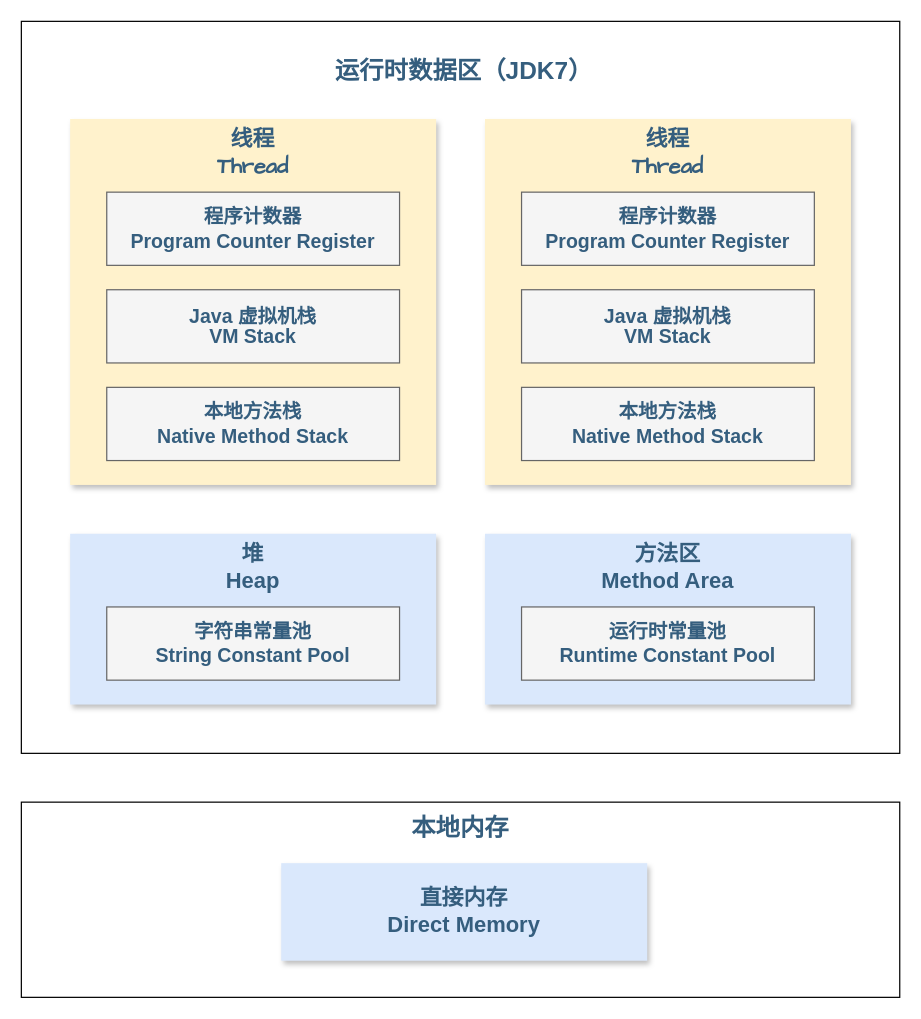
Earlier version of the draw.io diagram page "运行时数据区（JDK7）" (1 of 8) of assets/Java/JavaCore/Java虚拟机.drawio (dunwu/waterdrop). Source tidied: cells renumbered, new cells numbered last; positions are measured from the earlier drawing's top-left corner, leaving out a move shared by most shapes. Both pictures are drawn from the tidied source at 122%, with x=0, y=0 at pixel (21, 21).
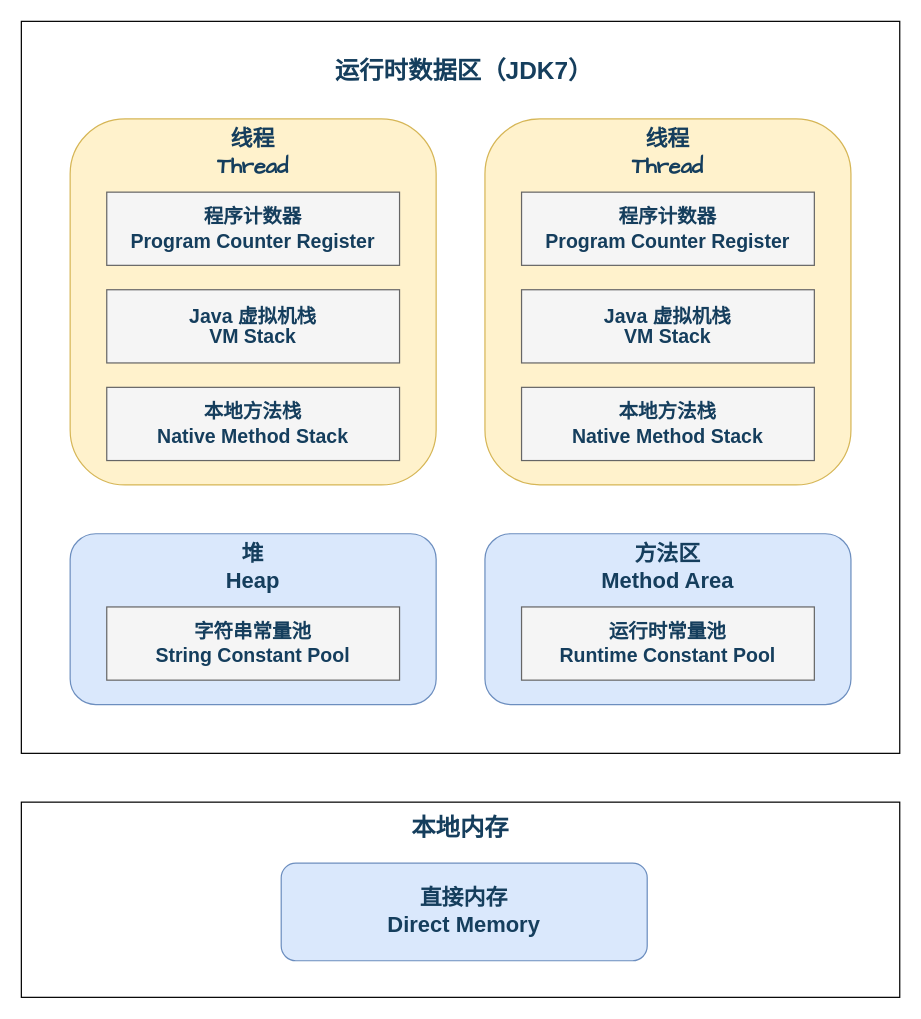
The same diagram, later.

The edit, as a diff of the source:
```diff
@@
 <mxGraphModel>
   <root>
     <mxCell id="0" />
     <mxCell id="1" parent="0" />
+    <mxCell id="3" style="rounded=0;whiteSpace=wrap;html=1;fontSize=16;fillColor=none;fontColor=#153E5D;" parent="1" vertex="1">
+      <mxGeometry width="720" height="600" as="geometry" />
+    </mxCell>
-    <mxCell id="2" value="&lt;div style=&quot;border-color: var(--border-color); font-family: &amp;quot;Comic Sans MS&amp;quot;; font-size: 18px; font-weight: 700;&quot;&gt;&lt;div style=&quot;border-color: var(--border-color);&quot;&gt;线程&lt;/div&gt;&lt;div style=&quot;border-color: var(--border-color);&quot;&gt;Thread&lt;/div&gt;&lt;/div&gt;" style="rounded=0;whiteSpace=wrap;html=1;fillColor=#fff2cc;strokeColor=none;shadow=1;fontSize=16;fontColor=#355E7E;verticalAlign=top;" parent="1" vertex="1">
+    <mxCell id="2" value="&lt;div style=&quot;border-color: var(--border-color); font-family: &amp;quot;Comic Sans MS&amp;quot;; font-size: 18px; font-weight: 700;&quot;&gt;&lt;div style=&quot;border-color: var(--border-color);&quot;&gt;线程&lt;/div&gt;&lt;div style=&quot;border-color: var(--border-color);&quot;&gt;Thread&lt;/div&gt;&lt;/div&gt;" style="rounded=1;whiteSpace=wrap;html=1;fillColor=#fff2cc;strokeColor=#d6b656;shadow=0;fontSize=16;verticalAlign=top;fontColor=#153E5D;" parent="1" vertex="1">
       <mxGeometry x="40" y="80" width="300" height="300" as="geometry" />
     </mxCell>
-    <mxCell id="3" style="rounded=0;whiteSpace=wrap;html=1;fontSize=16;fillColor=none;" parent="1" vertex="1">
-      <mxGeometry width="720" height="600" as="geometry" />
-    </mxCell>
-    <mxCell id="4" value="&lt;div style=&quot;border-color: var(--border-color); font-size: 18px; font-weight: 700;&quot;&gt;方法区&lt;/div&gt;&lt;div style=&quot;border-color: var(--border-color); font-size: 18px; font-weight: 700;&quot;&gt;Method Area&lt;/div&gt;" style="rounded=0;whiteSpace=wrap;html=1;fillColor=#dae8fc;strokeColor=none;shadow=1;fontSize=16;fontColor=#355E7E;verticalAlign=top;" parent="1" vertex="1">
+    <mxCell id="4" value="&lt;div style=&quot;border-color: var(--border-color); font-size: 18px; font-weight: 700;&quot;&gt;方法区&lt;/div&gt;&lt;div style=&quot;border-color: var(--border-color); font-size: 18px; font-weight: 700;&quot;&gt;Method Area&lt;/div&gt;" style="rounded=1;whiteSpace=wrap;html=1;fillColor=#dae8fc;strokeColor=#6c8ebf;shadow=0;fontSize=16;verticalAlign=top;fontColor=#153E5D;" parent="1" vertex="1">
       <mxGeometry x="380" y="420" width="300" height="140" as="geometry" />
     </mxCell>
-    <mxCell id="5" value="运行时数据区（JDK7）" style="text;html=1;strokeColor=none;fillColor=none;align=center;verticalAlign=middle;whiteSpace=wrap;rounded=0;fontSize=20;fontStyle=1;fontColor=#355E7E;" parent="1" vertex="1">
+    <mxCell id="5" value="运行时数据区（JDK7）" style="text;html=1;strokeColor=none;fillColor=none;align=center;verticalAlign=middle;whiteSpace=wrap;rounded=0;fontSize=20;fontStyle=1;fontColor=#153E5D;" parent="1" vertex="1">
       <mxGeometry x="220" y="20" width="286" height="40" as="geometry" />
     </mxCell>
-    <mxCell id="6" value="&lt;div style=&quot;border-color: var(--border-color); font-size: 18px; font-weight: 700;&quot;&gt;堆&lt;/div&gt;&lt;div style=&quot;border-color: var(--border-color); font-size: 18px; font-weight: 700;&quot;&gt;Heap&lt;/div&gt;" style="rounded=0;whiteSpace=wrap;html=1;fillColor=#dae8fc;strokeColor=none;shadow=1;fontSize=16;fontColor=#355E7E;verticalAlign=top;" parent="1" vertex="1">
+    <mxCell id="6" value="&lt;div style=&quot;border-color: var(--border-color); font-size: 18px; font-weight: 700;&quot;&gt;堆&lt;/div&gt;&lt;div style=&quot;border-color: var(--border-color); font-size: 18px; font-weight: 700;&quot;&gt;Heap&lt;/div&gt;" style="rounded=1;whiteSpace=wrap;html=1;fillColor=#dae8fc;strokeColor=#6c8ebf;shadow=0;fontSize=16;verticalAlign=top;fontColor=#153E5D;" parent="1" vertex="1">
       <mxGeometry x="40" y="420" width="300" height="140" as="geometry" />
     </mxCell>
-    <mxCell id="7" style="rounded=0;whiteSpace=wrap;html=1;fontSize=16;fontColor=#355E7E;fillColor=none;" parent="1" vertex="1">
+    <mxCell id="7" style="rounded=0;whiteSpace=wrap;html=1;fontSize=16;fontColor=#153E5D;fillColor=none;" parent="1" vertex="1">
       <mxGeometry y="640" width="720" height="160" as="geometry" />
     </mxCell>
-    <mxCell id="8" value="&lt;div style=&quot;font-size: 20px;&quot;&gt;本地内存&lt;/div&gt;" style="text;html=1;strokeColor=none;fillColor=none;align=center;verticalAlign=middle;whiteSpace=wrap;rounded=0;fontSize=20;fontStyle=1;fontColor=#355E7E;" parent="1" vertex="1">
+    <mxCell id="8" value="&lt;div style=&quot;font-size: 20px;&quot;&gt;本地内存&lt;/div&gt;" style="text;html=1;strokeColor=none;fillColor=none;align=center;verticalAlign=middle;whiteSpace=wrap;rounded=0;fontSize=20;fontStyle=1;fontColor=#153E5D;" parent="1" vertex="1">
       <mxGeometry x="300" y="640" width="120" height="40" as="geometry" />
     </mxCell>
-    <mxCell id="9" value="&lt;div style=&quot;border-color: var(--border-color);&quot;&gt;字符串常量池&lt;/div&gt;&lt;div style=&quot;border-color: var(--border-color);&quot;&gt;String Constant Pool&lt;/div&gt;" style="rounded=0;whiteSpace=wrap;html=1;fillColor=#f5f5f5;fontColor=#355E7E;strokeColor=#666666;fontSize=16;fontStyle=1;" parent="1" vertex="1">
+    <mxCell id="9" value="&lt;div style=&quot;border-color: var(--border-color);&quot;&gt;字符串常量池&lt;/div&gt;&lt;div style=&quot;border-color: var(--border-color);&quot;&gt;String Constant Pool&lt;/div&gt;" style="rounded=0;whiteSpace=wrap;html=1;fillColor=#f5f5f5;fontColor=#153E5D;strokeColor=#666666;fontSize=16;fontStyle=1;" parent="1" vertex="1">
       <mxGeometry x="70" y="480" width="240" height="60" as="geometry" />
     </mxCell>
-    <mxCell id="10" value="&lt;div style=&quot;border-color: var(--border-color);&quot;&gt;&lt;div style=&quot;border-color: var(--border-color);&quot;&gt;运行时常量池&lt;/div&gt;&lt;div style=&quot;border-color: var(--border-color);&quot;&gt;Runtime Constant Pool&lt;/div&gt;&lt;/div&gt;" style="rounded=0;whiteSpace=wrap;html=1;fillColor=#f5f5f5;fontColor=#355E7E;strokeColor=#666666;fontSize=16;fontStyle=1;" parent="1" vertex="1">
+    <mxCell id="10" value="&lt;div style=&quot;border-color: var(--border-color);&quot;&gt;&lt;div style=&quot;border-color: var(--border-color);&quot;&gt;运行时常量池&lt;/div&gt;&lt;div style=&quot;border-color: var(--border-color);&quot;&gt;Runtime Constant Pool&lt;/div&gt;&lt;/div&gt;" style="rounded=0;whiteSpace=wrap;html=1;fillColor=#f5f5f5;fontColor=#153E5D;strokeColor=#666666;fontSize=16;fontStyle=1;" parent="1" vertex="1">
       <mxGeometry x="410" y="480" width="240" height="60" as="geometry" />
     </mxCell>
-    <mxCell id="11" value="&lt;div style=&quot;border-color: var(--border-color); font-size: 18px; font-weight: 700;&quot;&gt;直接内存&lt;/div&gt;&lt;div style=&quot;border-color: var(--border-color); font-size: 18px; font-weight: 700;&quot;&gt;Direct Memory&lt;/div&gt;" style="rounded=0;whiteSpace=wrap;html=1;fillColor=#dae8fc;strokeColor=none;shadow=1;fontSize=18;fontColor=#355E7E;" parent="1" vertex="1">
+    <mxCell id="11" value="&lt;div style=&quot;border-color: var(--border-color); font-size: 18px; font-weight: 700;&quot;&gt;直接内存&lt;/div&gt;&lt;div style=&quot;border-color: var(--border-color); font-size: 18px; font-weight: 700;&quot;&gt;Direct Memory&lt;/div&gt;" style="rounded=1;whiteSpace=wrap;html=1;fillColor=#dae8fc;strokeColor=#6c8ebf;shadow=0;fontSize=18;fontColor=#153E5D;" parent="1" vertex="1">
       <mxGeometry x="213" y="690" width="300" height="80" as="geometry" />
     </mxCell>
-    <mxCell id="12" value="&lt;div style=&quot;border-color: var(--border-color); font-family: &amp;quot;Comic Sans MS&amp;quot;; font-size: 18px; font-weight: 700;&quot;&gt;&lt;div style=&quot;border-color: var(--border-color);&quot;&gt;线程&lt;/div&gt;&lt;div style=&quot;border-color: var(--border-color);&quot;&gt;Thread&lt;/div&gt;&lt;/div&gt;" style="rounded=0;whiteSpace=wrap;html=1;fillColor=#fff2cc;strokeColor=none;shadow=1;fontSize=16;fontColor=#355E7E;verticalAlign=top;" parent="1" vertex="1">
+    <mxCell id="12" value="&lt;div style=&quot;border-color: var(--border-color); font-family: &amp;quot;Comic Sans MS&amp;quot;; font-size: 18px; font-weight: 700;&quot;&gt;&lt;div style=&quot;border-color: var(--border-color);&quot;&gt;线程&lt;/div&gt;&lt;div style=&quot;border-color: var(--border-color);&quot;&gt;Thread&lt;/div&gt;&lt;/div&gt;" style="rounded=1;whiteSpace=wrap;html=1;fillColor=#fff2cc;strokeColor=#d6b656;shadow=0;fontSize=16;verticalAlign=top;fontColor=#153E5D;" parent="1" vertex="1">
       <mxGeometry x="380" y="80" width="300" height="300" as="geometry" />
     </mxCell>
-    <mxCell id="13" value="&lt;div style=&quot;font-size: 16px;&quot;&gt;&lt;div style=&quot;font-size: 16px;&quot;&gt;程序计数器&lt;/div&gt;&lt;div style=&quot;font-size: 16px;&quot;&gt;Program Counter Register&lt;/div&gt;&lt;/div&gt;" style="rounded=0;whiteSpace=wrap;html=1;fontSize=16;fillColor=#f5f5f5;fontColor=#355E7E;strokeColor=#666666;fontStyle=1;" parent="1" vertex="1">
+    <mxCell id="13" value="&lt;div style=&quot;font-size: 16px;&quot;&gt;&lt;div style=&quot;font-size: 16px;&quot;&gt;程序计数器&lt;/div&gt;&lt;div style=&quot;font-size: 16px;&quot;&gt;Program Counter Register&lt;/div&gt;&lt;/div&gt;" style="rounded=0;whiteSpace=wrap;html=1;fontSize=16;fillColor=#f5f5f5;fontColor=#153E5D;strokeColor=#666666;fontStyle=1;" parent="1" vertex="1">
       <mxGeometry x="410" y="140" width="240" height="60" as="geometry" />
     </mxCell>
-    <mxCell id="14" value="&lt;div style=&quot;font-size: 16px;&quot;&gt;&lt;div style=&quot;font-size: 16px;&quot;&gt;&lt;p style=&quot;border-color: var(--border-color); margin: 0px 4px; line-height: 16px;&quot; align=&quot;center&quot;&gt;Java 虚拟机栈&lt;/p&gt;&lt;p style=&quot;border-color: var(--border-color); margin: 0px 4px; line-height: 16px;&quot; align=&quot;center&quot;&gt;VM Stack&lt;/p&gt;&lt;/div&gt;&lt;/div&gt;" style="rounded=0;whiteSpace=wrap;html=1;fontSize=16;fillColor=#f5f5f5;fontColor=#355E7E;strokeColor=#666666;fontStyle=1;" parent="1" vertex="1">
+    <mxCell id="14" value="&lt;div style=&quot;font-size: 16px;&quot;&gt;&lt;div style=&quot;font-size: 16px;&quot;&gt;&lt;p style=&quot;border-color: var(--border-color); margin: 0px 4px; line-height: 16px;&quot; align=&quot;center&quot;&gt;Java 虚拟机栈&lt;/p&gt;&lt;p style=&quot;border-color: var(--border-color); margin: 0px 4px; line-height: 16px;&quot; align=&quot;center&quot;&gt;VM Stack&lt;/p&gt;&lt;/div&gt;&lt;/div&gt;" style="rounded=0;whiteSpace=wrap;html=1;fontSize=16;fillColor=#f5f5f5;fontColor=#153E5D;strokeColor=#666666;fontStyle=1;" parent="1" vertex="1">
       <mxGeometry x="410" y="220" width="240" height="60" as="geometry" />
     </mxCell>
-    <mxCell id="15" value="&lt;div style=&quot;font-size: 16px;&quot;&gt;&lt;div style=&quot;font-size: 16px;&quot;&gt;&lt;div style=&quot;border-color: var(--border-color);&quot;&gt;本地方法栈&lt;/div&gt;&lt;div style=&quot;border-color: var(--border-color);&quot;&gt;Native Method Stack&lt;/div&gt;&lt;/div&gt;&lt;/div&gt;" style="rounded=0;whiteSpace=wrap;html=1;fontSize=16;fillColor=#f5f5f5;fontColor=#355E7E;strokeColor=#666666;fontStyle=1;" parent="1" vertex="1">
+    <mxCell id="15" value="&lt;div style=&quot;font-size: 16px;&quot;&gt;&lt;div style=&quot;font-size: 16px;&quot;&gt;&lt;div style=&quot;border-color: var(--border-color);&quot;&gt;本地方法栈&lt;/div&gt;&lt;div style=&quot;border-color: var(--border-color);&quot;&gt;Native Method Stack&lt;/div&gt;&lt;/div&gt;&lt;/div&gt;" style="rounded=0;whiteSpace=wrap;html=1;fontSize=16;fillColor=#f5f5f5;fontColor=#153E5D;strokeColor=#666666;fontStyle=1;" parent="1" vertex="1">
       <mxGeometry x="410" y="300" width="240" height="60" as="geometry" />
     </mxCell>
-    <mxCell id="16" value="&lt;div style=&quot;font-size: 16px;&quot;&gt;&lt;div style=&quot;font-size: 16px;&quot;&gt;程序计数器&lt;/div&gt;&lt;div style=&quot;font-size: 16px;&quot;&gt;Program Counter Register&lt;/div&gt;&lt;/div&gt;" style="rounded=0;whiteSpace=wrap;html=1;fontSize=16;fillColor=#f5f5f5;fontColor=#355E7E;strokeColor=#666666;fontStyle=1;" parent="1" vertex="1">
+    <mxCell id="16" value="&lt;div style=&quot;font-size: 16px;&quot;&gt;&lt;div style=&quot;font-size: 16px;&quot;&gt;程序计数器&lt;/div&gt;&lt;div style=&quot;font-size: 16px;&quot;&gt;Program Counter Register&lt;/div&gt;&lt;/div&gt;" style="rounded=0;whiteSpace=wrap;html=1;fontSize=16;fillColor=#f5f5f5;fontColor=#153E5D;strokeColor=#666666;fontStyle=1;" parent="1" vertex="1">
       <mxGeometry x="70" y="140" width="240" height="60" as="geometry" />
     </mxCell>
-    <mxCell id="17" value="&lt;div style=&quot;font-size: 16px;&quot;&gt;&lt;div style=&quot;font-size: 16px;&quot;&gt;&lt;p style=&quot;border-color: var(--border-color); margin: 0px 4px; line-height: 16px;&quot; align=&quot;center&quot;&gt;Java 虚拟机栈&lt;/p&gt;&lt;p style=&quot;border-color: var(--border-color); margin: 0px 4px; line-height: 16px;&quot; align=&quot;center&quot;&gt;VM Stack&lt;/p&gt;&lt;/div&gt;&lt;/div&gt;" style="rounded=0;whiteSpace=wrap;html=1;fontSize=16;fillColor=#f5f5f5;fontColor=#355E7E;strokeColor=#666666;fontStyle=1;" parent="1" vertex="1">
+    <mxCell id="17" value="&lt;div style=&quot;font-size: 16px;&quot;&gt;&lt;div style=&quot;font-size: 16px;&quot;&gt;&lt;p style=&quot;border-color: var(--border-color); margin: 0px 4px; line-height: 16px;&quot; align=&quot;center&quot;&gt;Java 虚拟机栈&lt;/p&gt;&lt;p style=&quot;border-color: var(--border-color); margin: 0px 4px; line-height: 16px;&quot; align=&quot;center&quot;&gt;VM Stack&lt;/p&gt;&lt;/div&gt;&lt;/div&gt;" style="rounded=0;whiteSpace=wrap;html=1;fontSize=16;fillColor=#f5f5f5;fontColor=#153E5D;strokeColor=#666666;fontStyle=1;" parent="1" vertex="1">
       <mxGeometry x="70" y="220" width="240" height="60" as="geometry" />
     </mxCell>
-    <mxCell id="18" value="&lt;div style=&quot;font-size: 16px;&quot;&gt;&lt;div style=&quot;font-size: 16px;&quot;&gt;&lt;div style=&quot;border-color: var(--border-color);&quot;&gt;本地方法栈&lt;/div&gt;&lt;div style=&quot;border-color: var(--border-color);&quot;&gt;Native Method Stack&lt;/div&gt;&lt;/div&gt;&lt;/div&gt;" style="rounded=0;whiteSpace=wrap;html=1;fontSize=16;fillColor=#f5f5f5;fontColor=#355E7E;strokeColor=#666666;fontStyle=1;" parent="1" vertex="1">
+    <mxCell id="18" value="&lt;div style=&quot;font-size: 16px;&quot;&gt;&lt;div style=&quot;font-size: 16px;&quot;&gt;&lt;div style=&quot;border-color: var(--border-color);&quot;&gt;本地方法栈&lt;/div&gt;&lt;div style=&quot;border-color: var(--border-color);&quot;&gt;Native Method Stack&lt;/div&gt;&lt;/div&gt;&lt;/div&gt;" style="rounded=0;whiteSpace=wrap;html=1;fontSize=16;fillColor=#f5f5f5;fontColor=#153E5D;strokeColor=#666666;fontStyle=1;" parent="1" vertex="1">
       <mxGeometry x="70" y="300" width="240" height="60" as="geometry" />
     </mxCell>
   </root>
 </mxGraphModel>
```
